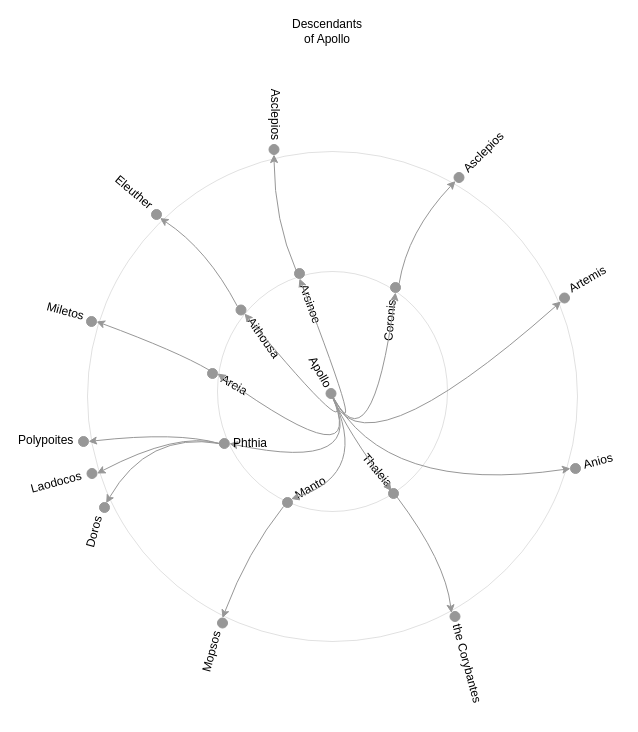
yayalu/greekgraphs-prototypes keeps this draw.io diagram as page "Radial dendrogram" (2 of 3) of img/Tidytree and Dendrograms.drawio. Above is the earlier version. Source tidied: cells renumbered, new cells numbered last; positions are measured from the earlier drawing's top-left corner, leaving out a move shared by most shapes. Both pictures are drawn from the tidied source at 100%, with x=0, y=0 at pixel (16, 21).
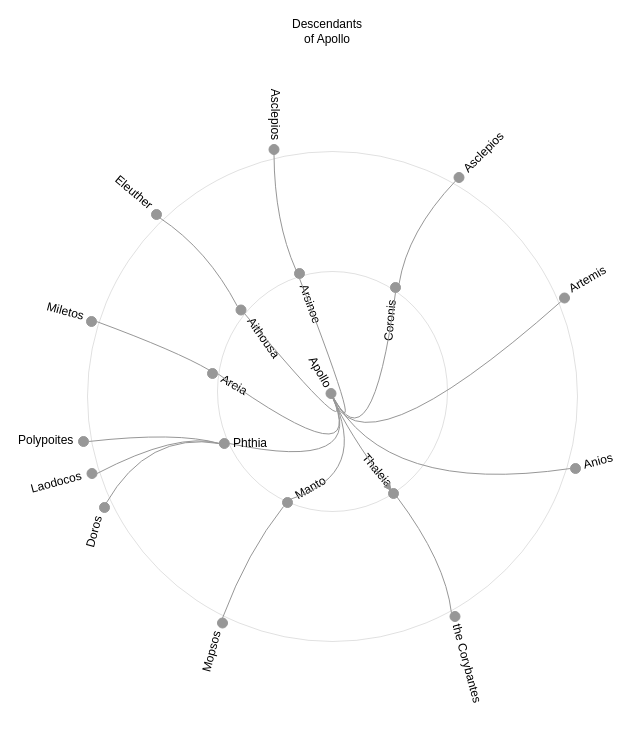
Above is the later version.

Unchanged cells that the change refers to:
```xml
<mxCell id="5" style="ellipse;whiteSpace=wrap;html=1;fillColor=#979797;strokeColor=#979797;" parent="1" vertex="1">
  <mxGeometry x="433.5" y="590" width="10" height="10" as="geometry" />
</mxCell>
<mxCell id="7" style="ellipse;whiteSpace=wrap;html=1;fillColor=#979797;strokeColor=#979797;" parent="1" vertex="1">
  <mxGeometry x="201" y="596.5" width="10" height="10" as="geometry" />
</mxCell>
<mxCell id="9" style="ellipse;whiteSpace=wrap;html=1;fillColor=#979797;strokeColor=#979797;" parent="1" vertex="1">
  <mxGeometry x="83" y="481" width="10" height="10" as="geometry" />
</mxCell>
<mxCell id="11" style="ellipse;whiteSpace=wrap;html=1;fillColor=#979797;strokeColor=#979797;" parent="1" vertex="1">
  <mxGeometry x="70.5" y="447" width="10" height="10" as="geometry" />
</mxCell>
<mxCell id="12" style="ellipse;whiteSpace=wrap;html=1;fillColor=#979797;strokeColor=#979797;" parent="1" vertex="1">
  <mxGeometry x="62" y="415" width="10" height="10" as="geometry" />
</mxCell>
<mxCell id="13" style="ellipse;whiteSpace=wrap;html=1;fillColor=#979797;strokeColor=#979797;" parent="1" vertex="1">
  <mxGeometry x="70" y="295" width="10" height="10" as="geometry" />
</mxCell>
<mxCell id="15" style="ellipse;whiteSpace=wrap;html=1;fillColor=#979797;strokeColor=#979797;" parent="1" vertex="1">
  <mxGeometry x="135" y="188" width="10" height="10" as="geometry" />
</mxCell>
<mxCell id="17" style="ellipse;whiteSpace=wrap;html=1;fillColor=#979797;strokeColor=#979797;" parent="1" vertex="1">
  <mxGeometry x="252.5" y="123" width="10" height="10" as="geometry" />
</mxCell>
<mxCell id="19" style="ellipse;whiteSpace=wrap;html=1;fillColor=#979797;strokeColor=#979797;" parent="1" vertex="1">
  <mxGeometry x="437.5" y="151" width="10" height="10" as="geometry" />
</mxCell>
<mxCell id="30" style="ellipse;whiteSpace=wrap;html=1;fillColor=#979797;strokeColor=#979797;" parent="1" vertex="1">
  <mxGeometry x="543" y="271.5" width="10" height="10" as="geometry" />
</mxCell>
<mxCell id="32" style="ellipse;whiteSpace=wrap;html=1;fillColor=#979797;strokeColor=#979797;" parent="1" vertex="1">
  <mxGeometry x="372" y="467" width="10" height="10" as="geometry" />
</mxCell>
<mxCell id="33" style="ellipse;whiteSpace=wrap;html=1;fillColor=#979797;strokeColor=#979797;" parent="1" vertex="1">
  <mxGeometry x="266" y="476" width="10" height="10" as="geometry" />
</mxCell>
<mxCell id="35" style="ellipse;whiteSpace=wrap;html=1;fillColor=#979797;strokeColor=#979797;" parent="1" vertex="1">
  <mxGeometry x="202.8" y="417" width="10" height="10" as="geometry" />
</mxCell>
<mxCell id="36" style="ellipse;whiteSpace=wrap;html=1;fillColor=#979797;strokeColor=#979797;" parent="1" vertex="1">
  <mxGeometry x="191" y="347" width="10" height="10" as="geometry" />
</mxCell>
<mxCell id="38" style="ellipse;whiteSpace=wrap;html=1;fillColor=#979797;strokeColor=#979797;" parent="1" vertex="1">
  <mxGeometry x="219.5" y="283.5" width="10" height="10" as="geometry" />
</mxCell>
<mxCell id="40" style="ellipse;whiteSpace=wrap;html=1;fillColor=#979797;strokeColor=#979797;" parent="1" vertex="1">
  <mxGeometry x="278" y="247" width="10" height="10" as="geometry" />
</mxCell>
<mxCell id="42" style="ellipse;whiteSpace=wrap;html=1;fillColor=#979797;strokeColor=#979797;" parent="1" vertex="1">
  <mxGeometry x="374" y="261" width="10" height="10" as="geometry" />
</mxCell>
<mxCell id="45" style="ellipse;whiteSpace=wrap;html=1;fillColor=#979797;strokeColor=#979797;" parent="1" vertex="1">
  <mxGeometry x="554" y="442" width="10" height="10" as="geometry" />
</mxCell>
```

The edit, as a diff of the source:
```diff
@@
-    <mxCell id="21" style="curved=1;endArrow=classic;html=1;entryX=0;entryY=0;entryDx=0;entryDy=0;exitX=1;exitY=1;exitDx=0;exitDy=0;strokeColor=#979797;" parent="1" edge="1" source="32" target="5">
+    <mxCell id="21" style="curved=1;endArrow=none;html=1;entryX=0;entryY=0;entryDx=0;entryDy=0;exitX=1;exitY=1;exitDx=0;exitDy=0;strokeColor=#979797;endFill=0;" parent="1" edge="1" source="32" target="5">
       <mxGeometry relative="1" as="geometry">
         <Array as="points">
           <mxPoint x="429" y="540" />
         </Array>
       </mxGeometry>
     </mxCell>
-    <mxCell id="22" style="curved=1;endArrow=classic;html=1;entryX=0.5;entryY=0;entryDx=0;entryDy=0;strokeColor=#979797;" parent="1" edge="1" target="7">
+    <mxCell id="22" style="curved=1;endArrow=none;html=1;entryX=0.5;entryY=0;entryDx=0;entryDy=0;strokeColor=#979797;endFill=0;" parent="1" edge="1" target="7">
       <mxGeometry relative="1" as="geometry">
         <mxPoint x="267" y="485" as="sourcePoint" />
         <Array as="points">
           <mxPoint x="231" y="530" />
         </Array>
       </mxGeometry>
     </mxCell>
-    <mxCell id="23" style="curved=1;endArrow=classic;html=1;exitX=0;exitY=0.5;exitDx=0;exitDy=0;strokeColor=#979797;entryX=0.67;entryY=0.064;entryDx=0;entryDy=0;entryPerimeter=0;" parent="1" edge="1" source="35" target="9">
+    <mxCell id="23" style="curved=1;endArrow=none;html=1;exitX=0;exitY=0.5;exitDx=0;exitDy=0;strokeColor=#979797;entryX=0.67;entryY=0.064;entryDx=0;entryDy=0;entryPerimeter=0;endFill=0;" parent="1" edge="1" source="35" target="9">
       <mxGeometry relative="1" as="geometry">
         <Array as="points">
           <mxPoint x="131" y="410" />
         </Array>
       </mxGeometry>
     </mxCell>
-    <mxCell id="24" style="curved=1;endArrow=classic;html=1;entryX=1;entryY=0.5;entryDx=0;entryDy=0;exitX=0;exitY=0.5;exitDx=0;exitDy=0;strokeColor=#979797;" parent="1" edge="1" source="35" target="11">
+    <mxCell id="24" style="curved=1;endArrow=none;html=1;entryX=1;entryY=0.5;entryDx=0;entryDy=0;exitX=0;exitY=0.5;exitDx=0;exitDy=0;strokeColor=#979797;endFill=0;" parent="1" edge="1" source="35" target="11">
       <mxGeometry relative="1" as="geometry">
         <Array as="points">
           <mxPoint x="161" y="410" />
         </Array>
       </mxGeometry>
     </mxCell>
-    <mxCell id="25" style="curved=1;endArrow=classic;html=1;entryX=1;entryY=0.5;entryDx=0;entryDy=0;exitX=0;exitY=0.5;exitDx=0;exitDy=0;strokeColor=#979797;" parent="1" edge="1" source="35" target="12">
+    <mxCell id="25" style="curved=1;endArrow=none;html=1;entryX=1;entryY=0.5;entryDx=0;entryDy=0;exitX=0;exitY=0.5;exitDx=0;exitDy=0;strokeColor=#979797;endFill=0;" parent="1" edge="1" source="35" target="12">
       <mxGeometry relative="1" as="geometry">
         <Array as="points">
           <mxPoint x="161" y="410" />
         </Array>
       </mxGeometry>
     </mxCell>
-    <mxCell id="26" style="curved=1;endArrow=classic;html=1;entryX=1;entryY=0.5;entryDx=0;entryDy=0;exitX=0;exitY=0;exitDx=0;exitDy=0;strokeColor=#979797;" parent="1" edge="1" source="36" target="13">
+    <mxCell id="26" style="curved=1;endArrow=none;html=1;entryX=1;entryY=0.5;entryDx=0;entryDy=0;exitX=0;exitY=0;exitDx=0;exitDy=0;strokeColor=#979797;endFill=0;" parent="1" edge="1" source="36" target="13">
       <mxGeometry relative="1" as="geometry">
         <Array as="points">
           <mxPoint x="161" y="330" />
         </Array>
       </mxGeometry>
     </mxCell>
-    <mxCell id="27" style="curved=1;endArrow=classic;html=1;entryX=1;entryY=1;entryDx=0;entryDy=0;exitX=0;exitY=0;exitDx=0;exitDy=0;strokeColor=#979797;" parent="1" edge="1" source="38" target="15">
+    <mxCell id="27" style="curved=1;endArrow=none;html=1;entryX=1;entryY=1;entryDx=0;entryDy=0;exitX=0;exitY=0;exitDx=0;exitDy=0;strokeColor=#979797;endFill=0;" parent="1" edge="1" source="38" target="15">
       <mxGeometry relative="1" as="geometry">
         <Array as="points">
           <mxPoint x="191" y="228" />
         </Array>
       </mxGeometry>
     </mxCell>
@@
-    <mxCell id="44" style="curved=1;endArrow=classic;html=1;entryX=0.5;entryY=1;entryDx=0;entryDy=0;strokeColor=#979797;" parent="1" edge="1" target="42">
+    <mxCell id="44" style="curved=1;endArrow=none;html=1;entryX=0.5;entryY=1;entryDx=0;entryDy=0;strokeColor=#979797;endFill=0;" parent="1" edge="1" target="42">
       <mxGeometry relative="1" as="geometry">
         <mxPoint x="314.5" y="372" as="sourcePoint" />
         <Array as="points">
           <mxPoint x="355" y="452" />
         </Array>
       </mxGeometry>
     </mxCell>
@@
-    <mxCell id="47" style="curved=1;endArrow=classic;html=1;entryX=0;entryY=1;entryDx=0;entryDy=0;strokeColor=#979797;" parent="1" edge="1" target="30">
+    <mxCell id="47" style="curved=1;endArrow=none;html=1;entryX=0;entryY=1;entryDx=0;entryDy=0;strokeColor=#979797;endFill=0;" parent="1" edge="1" target="30">
       <mxGeometry relative="1" as="geometry">
         <mxPoint x="314.5" y="372" as="sourcePoint" />
         <Array as="points">
           <mxPoint x="341" y="460" />
         </Array>
       </mxGeometry>
     </mxCell>
-    <mxCell id="48" style="curved=1;endArrow=classic;html=1;entryX=0;entryY=0.5;entryDx=0;entryDy=0;strokeColor=#979797;" parent="1" edge="1" target="45">
+    <mxCell id="48" style="curved=1;endArrow=none;html=1;entryX=0;entryY=0.5;entryDx=0;entryDy=0;strokeColor=#979797;endFill=0;" parent="1" edge="1" target="45">
       <mxGeometry relative="1" as="geometry">
         <mxPoint x="314.5" y="372" as="sourcePoint" />
         <Array as="points">
           <mxPoint x="367.5" y="474.5" />
         </Array>
       </mxGeometry>
     </mxCell>
-    <mxCell id="49" style="curved=1;endArrow=classic;html=1;entryX=1;entryY=0;entryDx=0;entryDy=0;strokeColor=#979797;" parent="1" edge="1" target="33">
+    <mxCell id="49" style="curved=1;endArrow=none;html=1;entryX=1;entryY=0;entryDx=0;entryDy=0;strokeColor=#979797;endFill=0;" parent="1" edge="1" target="33">
       <mxGeometry relative="1" as="geometry">
         <mxPoint x="314.5" y="372" as="sourcePoint" />
         <Array as="points">
           <mxPoint x="354.5" y="452" />
         </Array>
       </mxGeometry>
     </mxCell>
-    <mxCell id="50" style="curved=1;endArrow=classic;html=1;entryX=1;entryY=0.5;entryDx=0;entryDy=0;strokeColor=#979797;" parent="1" edge="1" target="35">
+    <mxCell id="50" style="curved=1;endArrow=none;html=1;entryX=1;entryY=0.5;entryDx=0;entryDy=0;strokeColor=#979797;endFill=0;" parent="1" edge="1" target="35">
       <mxGeometry relative="1" as="geometry">
         <mxPoint x="314.5" y="372" as="sourcePoint" />
         <Array as="points">
           <mxPoint x="354.5" y="452" />
         </Array>
       </mxGeometry>
     </mxCell>
-    <mxCell id="51" style="curved=1;endArrow=classic;html=1;entryX=1;entryY=0.5;entryDx=0;entryDy=0;strokeColor=#979797;" parent="1" edge="1" target="36">
+    <mxCell id="51" style="curved=1;endArrow=none;html=1;entryX=1;entryY=0.5;entryDx=0;entryDy=0;strokeColor=#979797;endFill=0;" parent="1" edge="1" target="36">
       <mxGeometry relative="1" as="geometry">
         <mxPoint x="314.5" y="372" as="sourcePoint" />
         <Array as="points">
           <mxPoint x="354.5" y="462" />
         </Array>
       </mxGeometry>
     </mxCell>
-    <mxCell id="52" style="curved=1;endArrow=classic;html=1;entryX=1;entryY=1;entryDx=0;entryDy=0;strokeColor=#979797;" parent="1" edge="1" target="38">
+    <mxCell id="52" style="curved=1;endArrow=none;html=1;entryX=1;entryY=1;entryDx=0;entryDy=0;strokeColor=#979797;endFill=0;" parent="1" edge="1" target="38">
       <mxGeometry relative="1" as="geometry">
         <mxPoint x="314.5" y="372" as="sourcePoint" />
         <Array as="points">
           <mxPoint x="344.5" y="432" />
         </Array>
       </mxGeometry>
     </mxCell>
-    <mxCell id="53" style="curved=1;endArrow=classic;html=1;entryX=0.5;entryY=1;entryDx=0;entryDy=0;strokeColor=#979797;" parent="1" edge="1" target="40">
+    <mxCell id="53" style="curved=1;endArrow=none;html=1;entryX=0.5;entryY=1;entryDx=0;entryDy=0;strokeColor=#979797;endFill=0;" parent="1" edge="1" target="40">
       <mxGeometry relative="1" as="geometry">
         <mxPoint x="314.5" y="372" as="sourcePoint" />
         <Array as="points">
           <mxPoint x="354.5" y="442" />
         </Array>
       </mxGeometry>
     </mxCell>
@@
-    <mxCell id="59" style="curved=1;endArrow=classic;html=1;entryX=0.5;entryY=1;entryDx=0;entryDy=0;exitX=0;exitY=0;exitDx=0;exitDy=0;strokeColor=#979797;" parent="1" edge="1" source="40" target="17">
+    <mxCell id="59" style="curved=1;endArrow=none;html=1;entryX=0.5;entryY=1;entryDx=0;entryDy=0;exitX=0;exitY=0;exitDx=0;exitDy=0;strokeColor=#979797;endFill=0;" parent="1" edge="1" source="40" target="17">
       <mxGeometry relative="1" as="geometry">
         <Array as="points">
           <mxPoint x="258" y="200" />
         </Array>
       </mxGeometry>
     </mxCell>
-    <mxCell id="60" style="curved=1;endArrow=classic;html=1;entryX=0;entryY=1;entryDx=0;entryDy=0;strokeColor=#979797;exitX=1;exitY=0;exitDx=0;exitDy=0;" parent="1" edge="1" source="42" target="19">
+    <mxCell id="60" style="curved=1;endArrow=none;html=1;entryX=0;entryY=1;entryDx=0;entryDy=0;strokeColor=#979797;exitX=1;exitY=0;exitDx=0;exitDy=0;endFill=0;" parent="1" edge="1" source="42" target="19">
       <mxGeometry relative="1" as="geometry">
         <Array as="points">
           <mxPoint x="391" y="210" />
         </Array>
       </mxGeometry>
     </mxCell>
```
